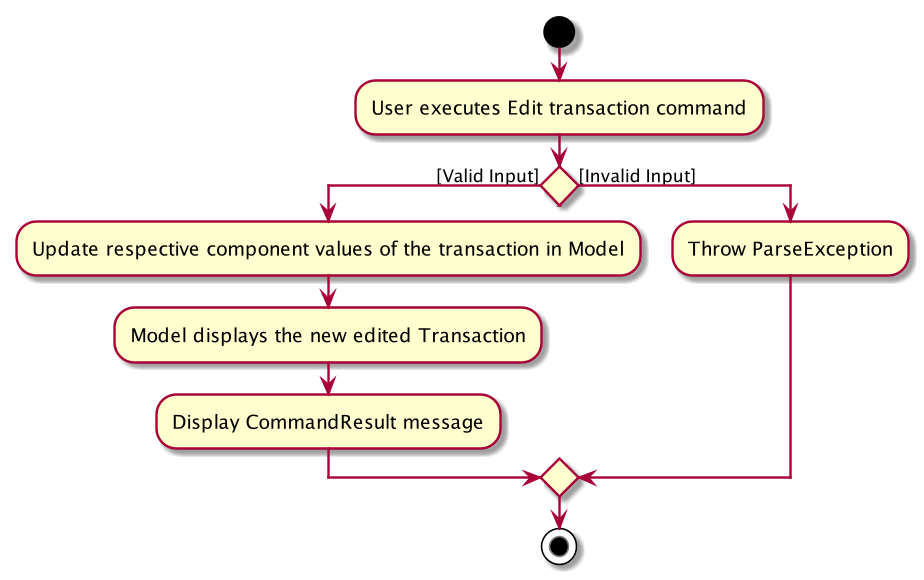
AY1920S2-CS2103-T09-3/main keeps this PlantUML diagram as images/edit-command/EditActivityDiagram.png. Above is the earlier version.
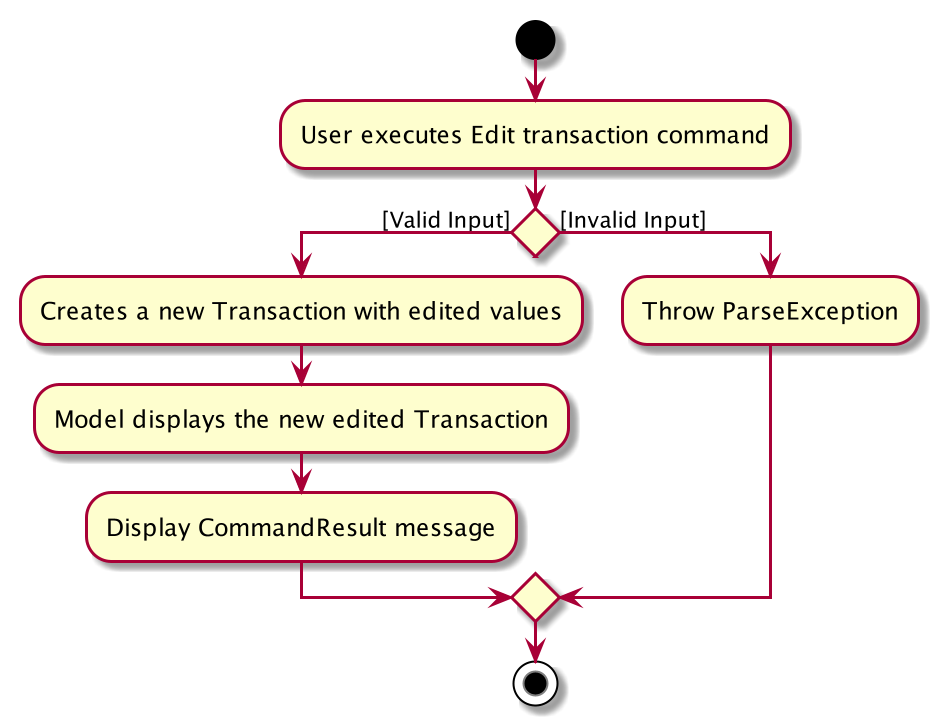
The same diagram one commit later.

Change to the diagram source:
```diff
@@ -4,7 +4,7 @@
 
 
 if () then ([Valid Input])
-    :Update respective component values of the transaction in Model;
+    :Creates a new Transaction with edited values;
     :Model displays the new edited Transaction;
     :Display CommandResult message;
 else([Invalid Input])
```
